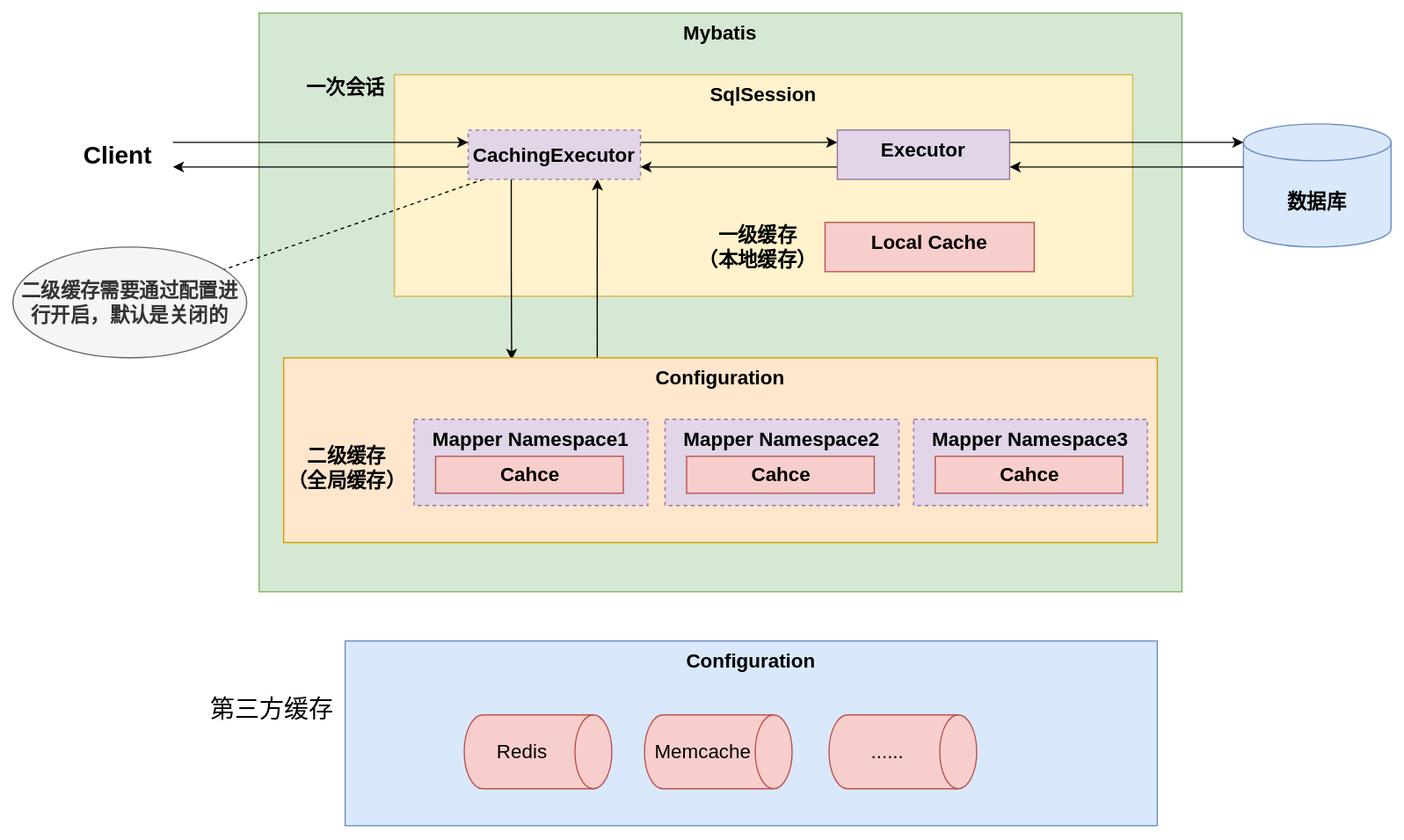
Before: Java/Mybatis/Mybatis基础/Mybatis一二级缓存示意图.drawio.svg, a diagram exported from draw.io (Developer-Tang/notes). Source tidied: cells renumbered, new cells last; positions are measured from the earlier drawing's top-left corner, leaving out a move shared by most shapes.
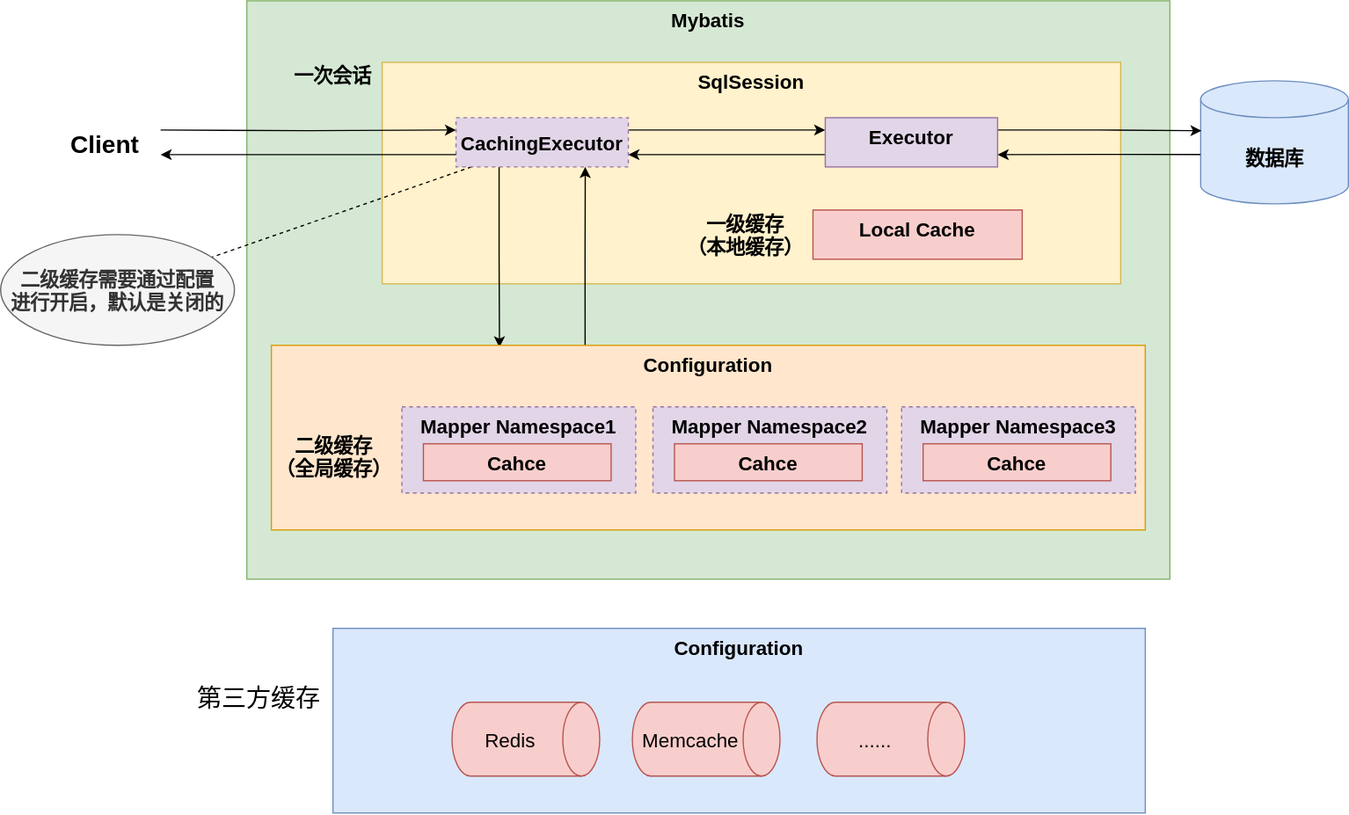
The same diagram one commit later.

What changed in the source:
```diff
@@ -2,111 +2,105 @@
   <root>
     <mxCell id="0" />
     <mxCell id="1" parent="0" />
-    <mxCell id="2" value="Mybatis" style="rounded=0;whiteSpace=wrap;html=1;fillColor=#d5e8d4;strokeColor=#82b366;verticalAlign=top;fontSize=16;fontStyle=1;" parent="1" vertex="1">
+    <mxCell id="2" value="Mybatis" style="rounded=0;fillColor=#d5e8d4;strokeColor=#82b366;verticalAlign=top;fontSize=16;fontStyle=1;" parent="1" vertex="1">
       <mxGeometry x="200" width="750" height="470" as="geometry" />
     </mxCell>
-    <mxCell id="3" value="数据库" style="shape=cylinder3;whiteSpace=wrap;html=1;boundedLbl=1;backgroundOutline=1;size=15;fillColor=#dae8fc;strokeColor=#6c8ebf;fontSize=16;fontStyle=1;" parent="1" vertex="1">
-      <mxGeometry x="1000" y="90" width="120" height="100" as="geometry" />
+    <mxCell id="3" value="数据库" style="shape=cylinder3;boundedLbl=1;backgroundOutline=1;size=15;fillColor=#dae8fc;strokeColor=#6c8ebf;fontSize=16;fontStyle=1;" parent="1" vertex="1">
+      <mxGeometry x="975" y="65" width="120" height="100" as="geometry" />
     </mxCell>
-    <mxCell id="4" value="SqlSession" style="rounded=0;whiteSpace=wrap;html=1;fontSize=16;verticalAlign=top;fontStyle=1;fillColor=#fff2cc;strokeColor=#d6b656;" parent="1" vertex="1">
+    <mxCell id="4" value="SqlSession" style="rounded=0;fontSize=16;verticalAlign=top;fontStyle=1;fillColor=#fff2cc;strokeColor=#d6b656;" parent="1" vertex="1">
       <mxGeometry x="310" y="50" width="600" height="180" as="geometry" />
     </mxCell>
-    <mxCell id="5" value="Client" style="text;html=1;align=center;verticalAlign=middle;strokeColor=none;fillColor=none;fontSize=20;fontStyle=1;" parent="1" vertex="1">
+    <mxCell id="5" value="Client" style="text;align=center;verticalAlign=middle;strokeColor=none;fillColor=none;fontSize=20;fontStyle=1;" parent="1" vertex="1">
       <mxGeometry x="50" y="100" width="70" height="30" as="geometry" />
     </mxCell>
-    <mxCell id="6" value="Local Cache" style="rounded=0;whiteSpace=wrap;html=1;fontSize=16;verticalAlign=top;fontStyle=1;fillColor=#f8cecc;strokeColor=#b85450;" parent="1" vertex="1">
+    <mxCell id="6" value="Local Cache" style="rounded=0;fontSize=16;verticalAlign=top;fontStyle=1;fillColor=#f8cecc;strokeColor=#b85450;" parent="1" vertex="1">
       <mxGeometry x="660" y="170" width="170" height="40" as="geometry" />
     </mxCell>
-    <mxCell id="7" style="edgeStyle=orthogonalEdgeStyle;rounded=0;jettySize=auto;html=1;exitX=0;exitY=0.75;exitDx=0;exitDy=0;entryX=1;entryY=0.75;entryDx=0;entryDy=0;fontSize=16;fontStyle=1;" parent="1" edge="1" source="9" target="14">
+    <mxCell id="7" style="edgeStyle=orthogonalEdgeStyle;rounded=0;jettySize=auto;exitX=0;exitY=0.75;exitDx=0;exitDy=0;entryX=1;entryY=0.75;entryDx=0;entryDy=0;fontSize=16;fontStyle=1;" parent="1" edge="1" source="9" target="14">
       <mxGeometry relative="1" as="geometry" />
     </mxCell>
-    <mxCell id="8" style="edgeStyle=orthogonalEdgeStyle;rounded=0;jettySize=auto;html=1;exitX=1;exitY=0.25;exitDx=0;exitDy=0;entryX=0;entryY=0;entryDx=0;entryDy=15;entryPerimeter=0;fontSize=16;fontStyle=1;" parent="1" edge="1" source="9" target="3">
+    <mxCell id="8" style="edgeStyle=orthogonalEdgeStyle;rounded=0;jettySize=auto;exitX=1;exitY=0.25;exitDx=0;exitDy=0;entryX=0.006;entryY=0.406;entryDx=0;entryDy=0;entryPerimeter=0;fontSize=16;fontStyle=1;" parent="1" edge="1" source="9" target="3">
       <mxGeometry relative="1" as="geometry" />
     </mxCell>
-    <mxCell id="9" value="Executor" style="rounded=0;whiteSpace=wrap;html=1;fontSize=16;verticalAlign=top;fontStyle=1;fillColor=#e1d5e7;strokeColor=#9673a6;" parent="1" vertex="1">
+    <mxCell id="9" value="Executor" style="rounded=0;fontSize=16;verticalAlign=top;fontStyle=1;fillColor=#e1d5e7;strokeColor=#9673a6;" parent="1" vertex="1">
       <mxGeometry x="670" y="95" width="140" height="40" as="geometry" />
     </mxCell>
-    <mxCell id="10" style="edgeStyle=orthogonalEdgeStyle;rounded=0;jettySize=auto;html=1;exitX=1;exitY=0.25;exitDx=0;exitDy=0;entryX=0;entryY=0.25;entryDx=0;entryDy=0;fontSize=16;fontStyle=1;" parent="1" edge="1" source="14" target="9">
+    <mxCell id="10" style="edgeStyle=orthogonalEdgeStyle;rounded=0;jettySize=auto;exitX=1;exitY=0.25;exitDx=0;exitDy=0;entryX=0;entryY=0.25;entryDx=0;entryDy=0;fontSize=16;fontStyle=1;" parent="1" edge="1" source="14" target="9">
       <mxGeometry relative="1" as="geometry" />
     </mxCell>
-    <mxCell id="11" style="edgeStyle=orthogonalEdgeStyle;rounded=0;jettySize=auto;html=1;exitX=0.25;exitY=1;exitDx=0;exitDy=0;entryX=0.261;entryY=0.011;entryDx=0;entryDy=0;entryPerimeter=0;fontSize=16;fontStyle=1;" parent="1" edge="1" source="14" target="20">
+    <mxCell id="11" style="edgeStyle=orthogonalEdgeStyle;rounded=0;jettySize=auto;exitX=0.25;exitY=1;exitDx=0;exitDy=0;entryX=0.261;entryY=0.011;entryDx=0;entryDy=0;entryPerimeter=0;fontSize=16;fontStyle=1;" parent="1" edge="1" source="14" target="20">
       <mxGeometry relative="1" as="geometry" />
     </mxCell>
-    <mxCell id="12" style="edgeStyle=orthogonalEdgeStyle;rounded=0;jettySize=auto;html=1;exitX=0.359;exitY=0.004;exitDx=0;exitDy=0;entryX=0.75;entryY=1;entryDx=0;entryDy=0;fontSize=16;exitPerimeter=0;fontStyle=1;" parent="1" edge="1" source="20" target="14">
+    <mxCell id="12" style="edgeStyle=orthogonalEdgeStyle;rounded=0;jettySize=auto;exitX=0.359;exitY=0.004;exitDx=0;exitDy=0;entryX=0.75;entryY=1;entryDx=0;entryDy=0;fontSize=16;exitPerimeter=0;fontStyle=1;" parent="1" edge="1" source="20" target="14">
       <mxGeometry relative="1" as="geometry" />
     </mxCell>
-    <mxCell id="13" style="rounded=0;jettySize=auto;html=1;fontSize=20;dashed=1;endArrow=none;endFill=0;" parent="1" edge="1" source="14" target="33">
+    <mxCell id="13" style="rounded=0;jettySize=auto;fontSize=20;dashed=1;endArrow=none;endFill=0;" parent="1" edge="1" source="14" target="33">
       <mxGeometry relative="1" as="geometry" />
     </mxCell>
-    <mxCell id="14" value="CachingExecutor" style="rounded=0;whiteSpace=wrap;html=1;fontSize=16;verticalAlign=middle;fontStyle=1;fillColor=#e1d5e7;strokeColor=#9673a6;dashed=1;" parent="1" vertex="1">
+    <mxCell id="14" value="CachingExecutor" style="rounded=0;fontSize=16;verticalAlign=middle;fontStyle=1;fillColor=#e1d5e7;strokeColor=#9673a6;dashed=1;" parent="1" vertex="1">
       <mxGeometry x="370" y="95" width="140" height="40" as="geometry" />
     </mxCell>
-    <mxCell id="15" value="一级缓存&lt;br&gt;（本地缓存）" style="text;html=1;align=center;verticalAlign=middle;strokeColor=none;fillColor=none;fontSize=16;fontStyle=1;" parent="1" vertex="1">
+    <mxCell id="15" value="一级缓存&#10;（本地缓存）" style="text;align=center;verticalAlign=middle;strokeColor=none;fillColor=none;fontSize=16;fontStyle=1;" parent="1" vertex="1">
       <mxGeometry x="550" y="170" width="110" height="40" as="geometry" />
     </mxCell>
-    <mxCell id="16" style="edgeStyle=orthogonalEdgeStyle;rounded=0;jettySize=auto;html=1;fontSize=16;entryX=0;entryY=0.25;entryDx=0;entryDy=0;fontStyle=1;" parent="1" edge="1" target="14">
+    <mxCell id="16" style="edgeStyle=orthogonalEdgeStyle;rounded=0;jettySize=auto;fontSize=16;entryX=0;entryY=0.25;entryDx=0;entryDy=0;fontStyle=1;" parent="1" edge="1" target="14">
       <mxGeometry relative="1" as="geometry">
         <mxPoint x="130" y="105" as="sourcePoint" />
       </mxGeometry>
     </mxCell>
-    <mxCell id="17" style="edgeStyle=orthogonalEdgeStyle;rounded=0;jettySize=auto;html=1;exitX=0;exitY=0.75;exitDx=0;exitDy=0;fontSize=16;fontStyle=1;" parent="1" edge="1" source="14">
+    <mxCell id="17" style="edgeStyle=orthogonalEdgeStyle;rounded=0;jettySize=auto;exitX=0;exitY=0.75;exitDx=0;exitDy=0;fontSize=16;fontStyle=1;" parent="1" edge="1" source="14">
       <mxGeometry relative="1" as="geometry">
         <mxPoint x="130" y="125" as="targetPoint" />
       </mxGeometry>
     </mxCell>
-    <mxCell id="18" style="edgeStyle=orthogonalEdgeStyle;rounded=0;jettySize=auto;html=1;entryX=1;entryY=0.75;entryDx=0;entryDy=0;fontSize=16;fontStyle=1;" parent="1" edge="1" target="9">
-      <mxGeometry relative="1" as="geometry">
-        <mxPoint x="1000" y="125" as="sourcePoint" />
-        <Array as="points">
-          <mxPoint x="1000" y="125" />
-          <mxPoint x="1000" y="125" />
-        </Array>
-      </mxGeometry>
-    </mxCell>
-    <mxCell id="19" value="&lt;span style=&quot;&quot;&gt;一次会话&lt;/span&gt;" style="text;html=1;align=center;verticalAlign=middle;strokeColor=none;fillColor=none;fontSize=16;fontStyle=1;" parent="1" vertex="1">
+    <mxCell id="19" value="一次会话" style="text;align=center;verticalAlign=middle;strokeColor=none;fillColor=none;fontSize=16;fontStyle=1;" parent="1" vertex="1">
       <mxGeometry x="230" y="50" width="80" height="20" as="geometry" />
     </mxCell>
-    <mxCell id="20" value="Configuration" style="rounded=0;whiteSpace=wrap;html=1;fontSize=16;verticalAlign=top;fontStyle=1;fillColor=#ffe6cc;strokeColor=#d79b00;" parent="1" vertex="1">
+    <mxCell id="20" value="Configuration" style="rounded=0;fontSize=16;verticalAlign=top;fontStyle=1;fillColor=#ffe6cc;strokeColor=#d79b00;" parent="1" vertex="1">
       <mxGeometry x="220" y="280" width="710" height="150" as="geometry" />
     </mxCell>
-    <mxCell id="21" value="Mapper Namespace1" style="rounded=0;whiteSpace=wrap;html=1;fontSize=16;verticalAlign=top;fontStyle=1;fillColor=#e1d5e7;strokeColor=#9673a6;dashed=1;" parent="1" vertex="1">
+    <mxCell id="21" value="Mapper Namespace1" style="rounded=0;fontSize=16;verticalAlign=top;fontStyle=1;fillColor=#e1d5e7;strokeColor=#9673a6;dashed=1;" parent="1" vertex="1">
       <mxGeometry x="326" y="330" width="190" height="70" as="geometry" />
     </mxCell>
-    <mxCell id="22" value="Cahce" style="rounded=0;whiteSpace=wrap;html=1;fontSize=16;verticalAlign=middle;fontStyle=1;fillColor=#f8cecc;strokeColor=#b85450;" parent="1" vertex="1">
+    <mxCell id="22" value="Cahce" style="rounded=0;fontSize=16;verticalAlign=middle;fontStyle=1;fillColor=#f8cecc;strokeColor=#b85450;" parent="1" vertex="1">
       <mxGeometry x="343.5" y="360" width="152.5" height="30" as="geometry" />
     </mxCell>
-    <mxCell id="23" value="Mapper Namespace2" style="rounded=0;whiteSpace=wrap;html=1;fontSize=16;verticalAlign=top;fontStyle=1;fillColor=#e1d5e7;strokeColor=#9673a6;dashed=1;" parent="1" vertex="1">
+    <mxCell id="23" value="Mapper Namespace2" style="rounded=0;fontSize=16;verticalAlign=top;fontStyle=1;fillColor=#e1d5e7;strokeColor=#9673a6;dashed=1;" parent="1" vertex="1">
       <mxGeometry x="530" y="330" width="190" height="70" as="geometry" />
     </mxCell>
-    <mxCell id="24" value="Cahce" style="rounded=0;whiteSpace=wrap;html=1;fontSize=16;verticalAlign=middle;fontStyle=1;fillColor=#f8cecc;strokeColor=#b85450;" parent="1" vertex="1">
+    <mxCell id="24" value="Cahce" style="rounded=0;fontSize=16;verticalAlign=middle;fontStyle=1;fillColor=#f8cecc;strokeColor=#b85450;" parent="1" vertex="1">
       <mxGeometry x="547.5" y="360" width="152.5" height="30" as="geometry" />
     </mxCell>
-    <mxCell id="25" value="Mapper Namespace3" style="rounded=0;whiteSpace=wrap;html=1;fontSize=16;verticalAlign=top;fontStyle=1;fillColor=#e1d5e7;strokeColor=#9673a6;dashed=1;" parent="1" vertex="1">
+    <mxCell id="25" value="Mapper Namespace3" style="rounded=0;fontSize=16;verticalAlign=top;fontStyle=1;fillColor=#e1d5e7;strokeColor=#9673a6;dashed=1;" parent="1" vertex="1">
       <mxGeometry x="732" y="330" width="190" height="70" as="geometry" />
     </mxCell>
-    <mxCell id="26" value="Cahce" style="rounded=0;whiteSpace=wrap;html=1;fontSize=16;verticalAlign=middle;fontStyle=1;fillColor=#f8cecc;strokeColor=#b85450;" parent="1" vertex="1">
+    <mxCell id="26" value="Cahce" style="rounded=0;fontSize=16;verticalAlign=middle;fontStyle=1;fillColor=#f8cecc;strokeColor=#b85450;" parent="1" vertex="1">
       <mxGeometry x="749.5" y="360" width="152.5" height="30" as="geometry" />
     </mxCell>
-    <mxCell id="27" value="二级缓存&lt;br&gt;（全局缓存）" style="text;html=1;align=center;verticalAlign=middle;strokeColor=none;fillColor=none;fontSize=16;fontStyle=1;" parent="1" vertex="1">
+    <mxCell id="27" value="二级缓存&#10;（全局缓存）" style="text;align=center;verticalAlign=middle;strokeColor=none;fillColor=none;fontSize=16;fontStyle=1;" parent="1" vertex="1">
       <mxGeometry x="216" y="350" width="110" height="40" as="geometry" />
     </mxCell>
-    <mxCell id="28" value="Configuration" style="rounded=0;whiteSpace=wrap;html=1;fontSize=16;verticalAlign=top;fontStyle=1;fillColor=#dae8fc;strokeColor=#6c8ebf;" parent="1" vertex="1">
+    <mxCell id="28" value="Configuration" style="rounded=0;fontSize=16;verticalAlign=top;fontStyle=1;fillColor=#dae8fc;strokeColor=#6c8ebf;" parent="1" vertex="1">
       <mxGeometry x="270" y="510" width="660" height="150" as="geometry" />
     </mxCell>
-    <mxCell id="29" value="Redis" style="shape=cylinder3;whiteSpace=wrap;html=1;boundedLbl=1;backgroundOutline=1;size=15;labelBackgroundColor=none;fontSize=16;verticalAlign=middle;rotation=90;horizontal=0;fillColor=#f8cecc;strokeColor=#b85450;" parent="1" vertex="1">
+    <mxCell id="29" value="Redis" style="shape=cylinder3;boundedLbl=1;backgroundOutline=1;size=15;labelBackgroundColor=none;fontSize=16;verticalAlign=middle;rotation=90;horizontal=0;fillColor=#f8cecc;strokeColor=#b85450;" parent="1" vertex="1">
       <mxGeometry x="396.8" y="540" width="60" height="120" as="geometry" />
     </mxCell>
-    <mxCell id="30" value="Memcache" style="shape=cylinder3;whiteSpace=wrap;html=1;boundedLbl=1;backgroundOutline=1;size=15;labelBackgroundColor=none;fontSize=16;verticalAlign=middle;rotation=90;horizontal=0;fillColor=#f8cecc;strokeColor=#b85450;" parent="1" vertex="1">
+    <mxCell id="30" value="Memcache" style="shape=cylinder3;boundedLbl=1;backgroundOutline=1;size=15;labelBackgroundColor=none;fontSize=16;verticalAlign=middle;rotation=90;horizontal=0;fillColor=#f8cecc;strokeColor=#b85450;" parent="1" vertex="1">
       <mxGeometry x="543.2" y="540" width="60" height="120" as="geometry" />
     </mxCell>
-    <mxCell id="31" value="......" style="shape=cylinder3;whiteSpace=wrap;html=1;boundedLbl=1;backgroundOutline=1;size=15;labelBackgroundColor=none;fontSize=16;verticalAlign=middle;rotation=90;horizontal=0;fillColor=#f8cecc;strokeColor=#b85450;" parent="1" vertex="1">
+    <mxCell id="31" value="......" style="shape=cylinder3;boundedLbl=1;backgroundOutline=1;size=15;labelBackgroundColor=none;fontSize=16;verticalAlign=middle;rotation=90;horizontal=0;fillColor=#f8cecc;strokeColor=#b85450;" parent="1" vertex="1">
       <mxGeometry x="693.2" y="540" width="60" height="120" as="geometry" />
     </mxCell>
-    <mxCell id="32" value="第三方缓存" style="text;html=1;align=center;verticalAlign=middle;strokeColor=none;fillColor=none;fontSize=20;" parent="1" vertex="1">
+    <mxCell id="32" value="第三方缓存" style="text;align=center;verticalAlign=middle;strokeColor=none;fillColor=none;fontSize=20;" parent="1" vertex="1">
       <mxGeometry x="150" y="550" width="120" height="30" as="geometry" />
     </mxCell>
-    <mxCell id="33" value="二级缓存需要通过配置进行开启，默认是关闭的" style="ellipse;whiteSpace=wrap;html=1;rounded=0;fontSize=16;fontStyle=1;strokeColor=#666666;fillColor=#f5f5f5;fontColor=#333333;" parent="1" vertex="1">
+    <mxCell id="33" value="二级缓存需要通过配置&#10;进行开启，默认是关闭的" style="ellipse;rounded=0;fontSize=16;fontStyle=1;strokeColor=#666666;fillColor=#f5f5f5;fontColor=#333333;" parent="1" vertex="1">
       <mxGeometry y="190" width="190" height="90" as="geometry" />
     </mxCell>
+    <mxCell id="18" style="edgeStyle=orthogonalEdgeStyle;rounded=0;jettySize=auto;entryX=1;entryY=0.75;entryDx=0;entryDy=0;fontSize=16;fontStyle=1;exitX=-0.002;exitY=0.599;exitDx=0;exitDy=0;exitPerimeter=0;" parent="1" edge="1" source="3" target="9">
+      <mxGeometry relative="1" as="geometry" />
+    </mxCell>
   </root>
 </mxGraphModel>
```
